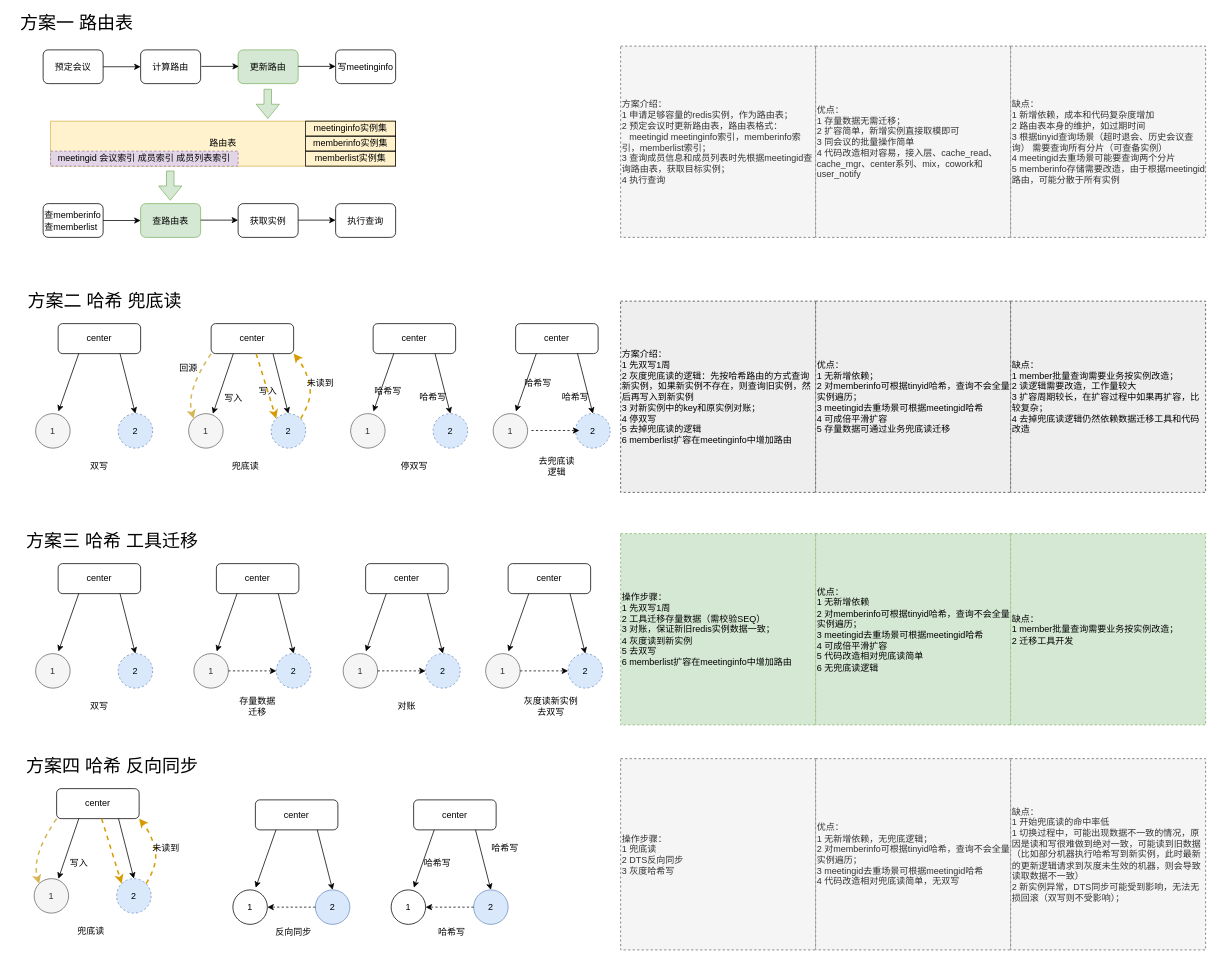
Earlier version of the draw.io diagram arch/实例拆分方案.drawio (melonshell/draw.io). Source tidied: cells renumbered, new cells numbered last; positions are measured from the earlier drawing's top-left corner, leaving out a move shared by most shapes. Both pictures are drawn from the tidied source at 75%, with x=0, y=0 at pixel (13, 16).
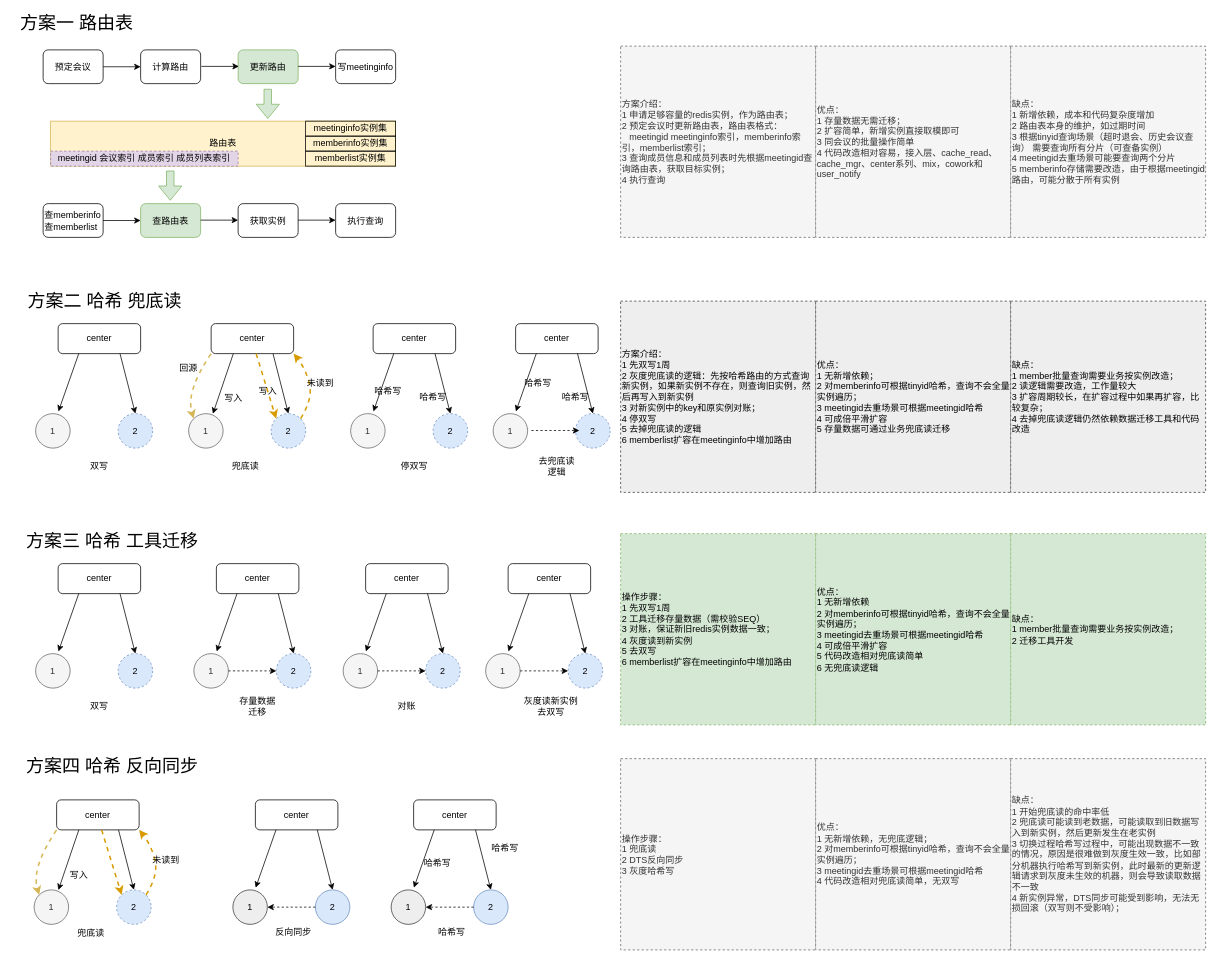
The same page after the edit.

Commit message (it also covers changes not shown here):
更新实例拆分方案.drawio

Change to the diagram source:
```diff
@@
-    <mxCell id="81" value="1" style="ellipse;whiteSpace=wrap;html=1;fillColor=none;" parent="1" vertex="1">
+    <mxCell id="81" value="1" style="ellipse;whiteSpace=wrap;html=1;fillColor=#eeeeee;strokeColor=#36393d;" parent="1" vertex="1">
       <mxGeometry x="293" y="1165" width="46" height="46" as="geometry" />
     </mxCell>
@@
-    <mxCell id="88" value="1" style="ellipse;whiteSpace=wrap;html=1;fillColor=none;" parent="1" vertex="1">
+    <mxCell id="88" value="1" style="ellipse;whiteSpace=wrap;html=1;fillColor=#eeeeee;strokeColor=#36393d;" parent="1" vertex="1">
       <mxGeometry x="504" y="1165" width="46" height="46" as="geometry" />
     </mxCell>
@@
-    <mxCell id="105" value="缺点：&lt;br&gt;1 开始兜底读的命中率低&lt;br&gt;1 切换过程中，可能出现数据不一致的情况，原因是读和写很难做到绝对一致，可能读到旧数据（比如部分机器执行哈希写到新实例，此时最新的更新逻辑请求到灰度未生效的机器，则会导致读取数据不一致）&lt;br&gt;2 新实例异常，DTS同步可能受到影响，无法无损回滚（双写则不受影响）；" style="rounded=0;whiteSpace=wrap;html=1;fillColor=#f5f5f5;dashed=1;align=left;fontColor=#333333;strokeColor=#666666;" parent="1" vertex="1">
+    <mxCell id="105" value="缺点：&lt;br&gt;1 开始兜底读的命中率低&lt;br&gt;2 兜底读可能读到老数据，可能读取到旧数据写入到新实例，然后更新发生在老实例&lt;br&gt;3 切换过程哈希写过程中，可能出现数据不一致的情况，原因是很难做到灰度生效一致，比如部分机器执行哈希写到新实例，此时最新的更新逻辑请求到灰度未生效的机器，则会导致读取数据不一致&lt;br&gt;4 新实例异常，DTS同步可能受到影响，无法无损回滚（双写则不受影响）；" style="rounded=0;whiteSpace=wrap;html=1;fillColor=#f5f5f5;dashed=1;align=left;fontColor=#333333;strokeColor=#666666;" parent="1" vertex="1">
       <mxGeometry x="1330" y="990" width="260" height="255" as="geometry" />
     </mxCell>
@@
     <mxCell id="117" value="center" style="rounded=1;whiteSpace=wrap;html=1;fillColor=none;" parent="1" vertex="1">
-      <mxGeometry x="58" y="1030" width="110" height="40" as="geometry" />
+      <mxGeometry x="58" y="1045" width="110" height="40" as="geometry" />
     </mxCell>
     <mxCell id="118" value="1" style="ellipse;whiteSpace=wrap;html=1;fillColor=#f5f5f5;fontColor=#333333;strokeColor=#666666;" parent="1" vertex="1">
-      <mxGeometry x="28" y="1150" width="46" height="46" as="geometry" />
+      <mxGeometry x="28" y="1165" width="46" height="46" as="geometry" />
     </mxCell>
     <mxCell id="119" value="2" style="ellipse;whiteSpace=wrap;html=1;fillColor=#dae8fc;strokeColor=#6c8ebf;dashed=1;" parent="1" vertex="1">
-      <mxGeometry x="138" y="1150" width="46" height="46" as="geometry" />
+      <mxGeometry x="138" y="1165" width="46" height="46" as="geometry" />
     </mxCell>
@@
     <mxCell id="121" value="兜底读" style="rounded=0;whiteSpace=wrap;html=1;fillColor=none;strokeColor=none;" parent="1" vertex="1">
-      <mxGeometry x="74" y="1210" width="60" height="20" as="geometry" />
+      <mxGeometry x="74" y="1213" width="60" height="20" as="geometry" />
     </mxCell>
     <mxCell id="122" style="curved=1;endArrow=classic;html=1;rounded=0;exitX=1;exitY=0;exitDx=0;exitDy=0;entryX=1;entryY=1;entryDx=0;entryDy=0;dashed=1;strokeWidth=2;fillColor=#ffe6cc;strokeColor=#d79b00;" parent="1" edge="1" source="119" target="117">
       <mxGeometry relative="1" as="geometry">
         <Array as="points">
-          <mxPoint x="194" y="1130" />
-          <mxPoint x="184" y="1090" />
+          <mxPoint x="194" y="1145" />
+          <mxPoint x="184" y="1105" />
         </Array>
       </mxGeometry>
     </mxCell>
     <mxCell id="123" style="curved=1;endArrow=classic;html=1;rounded=0;dashed=1;exitX=0;exitY=1;exitDx=0;exitDy=0;entryX=0;entryY=0;entryDx=0;entryDy=0;strokeWidth=2;fillColor=#fff2cc;strokeColor=#d6b656;" parent="1" edge="1" source="117" target="118">
       <mxGeometry relative="1" as="geometry">
         <Array as="points">
-          <mxPoint x="24" y="1120" />
+          <mxPoint x="24" y="1135" />
         </Array>
       </mxGeometry>
     </mxCell>
     <mxCell id="124" value="未读到" style="rounded=0;whiteSpace=wrap;html=1;fillColor=none;strokeColor=none;" parent="1" vertex="1">
-      <mxGeometry x="174" y="1100" width="60" height="20" as="geometry" />
+      <mxGeometry x="174" y="1115" width="60" height="20" as="geometry" />
     </mxCell>
     <mxCell id="125" style="endArrow=classic;html=1;rounded=0;exitX=0.25;exitY=1;exitDx=0;exitDy=0;entryX=0.703;entryY=0.005;entryDx=0;entryDy=0;entryPerimeter=0;" parent="1" edge="1" target="118">
       <mxGeometry relative="1" as="geometry">
-        <mxPoint x="87.6" y="1070" as="sourcePoint" />
+        <mxPoint x="87.6" y="1085" as="sourcePoint" />
       </mxGeometry>
     </mxCell>
     <mxCell id="126" value="写入" style="rounded=0;whiteSpace=wrap;html=1;fillColor=none;strokeColor=none;" parent="1" vertex="1">
-      <mxGeometry x="58" y="1120" width="60" height="20" as="geometry" />
+      <mxGeometry x="58" y="1135" width="60" height="20" as="geometry" />
     </mxCell>
     <mxCell id="127" style="endArrow=classic;html=1;rounded=0;exitX=0.75;exitY=1;exitDx=0;exitDy=0;entryX=0;entryY=0;entryDx=0;entryDy=0;fillColor=#ffe6cc;strokeColor=#d79b00;strokeWidth=2;dashed=1;" parent="1" edge="1" target="119">
       <mxGeometry relative="1" as="geometry">
-        <mxPoint x="118" y="1070" as="sourcePoint" />
+        <mxPoint x="118" y="1085" as="sourcePoint" />
       </mxGeometry>
     </mxCell>
```
